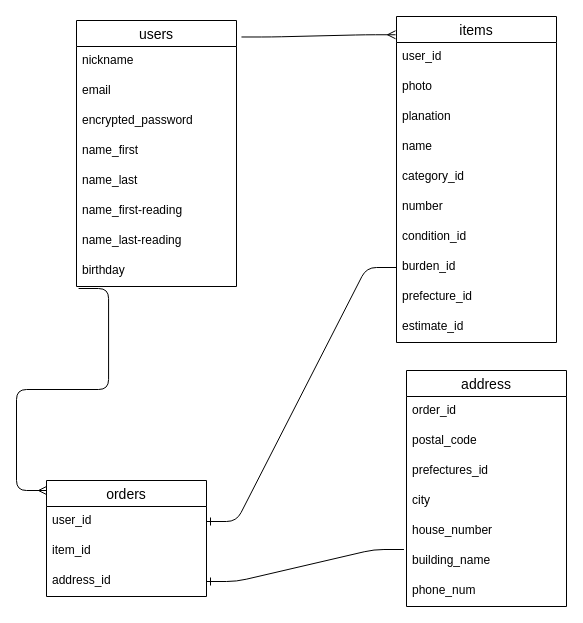
Above: readme.dio in befu12/furima-40409 (draw.io), before the change. Source tidied: cells renumbered, new cells numbered last; positions are measured from the earlier drawing's top-left corner, leaving out a move shared by most shapes. Both pictures are drawn from the tidied source at 100%, with x=0, y=0 at pixel (46, 16).
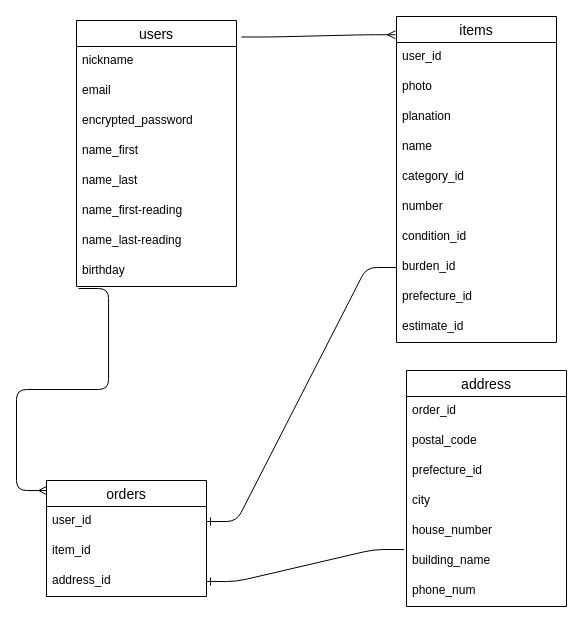
The same diagram, later.

Commit message (it also covers changes not shown here):
再々々、アソシエーションとカラム名の修正

Unchanged cells that the change refers to:
```xml
<mxCell id="26" value="address" style="swimlane;fontStyle=0;horizontal=1;startSize=26;align=center;fontSize=14;html=0;" parent="1" vertex="1">
  <mxGeometry x="360" y="354" width="160" height="236" as="geometry" />
</mxCell>
```

Diff of the diagram source:
```diff
@@
-    <mxCell id="29" value="prefectures_id" style="text;strokeColor=none;fillColor=none;spacingLeft=4;spacingRight=4;overflow=hidden;fontSize=12;html=0;" parent="26" vertex="1">
+    <mxCell id="29" value="prefecture_id" style="text;strokeColor=none;fillColor=none;spacingLeft=4;spacingRight=4;overflow=hidden;fontSize=12;html=0;" parent="26" vertex="1">
       <mxGeometry y="86" width="160" height="30" as="geometry" />
     </mxCell>
```
